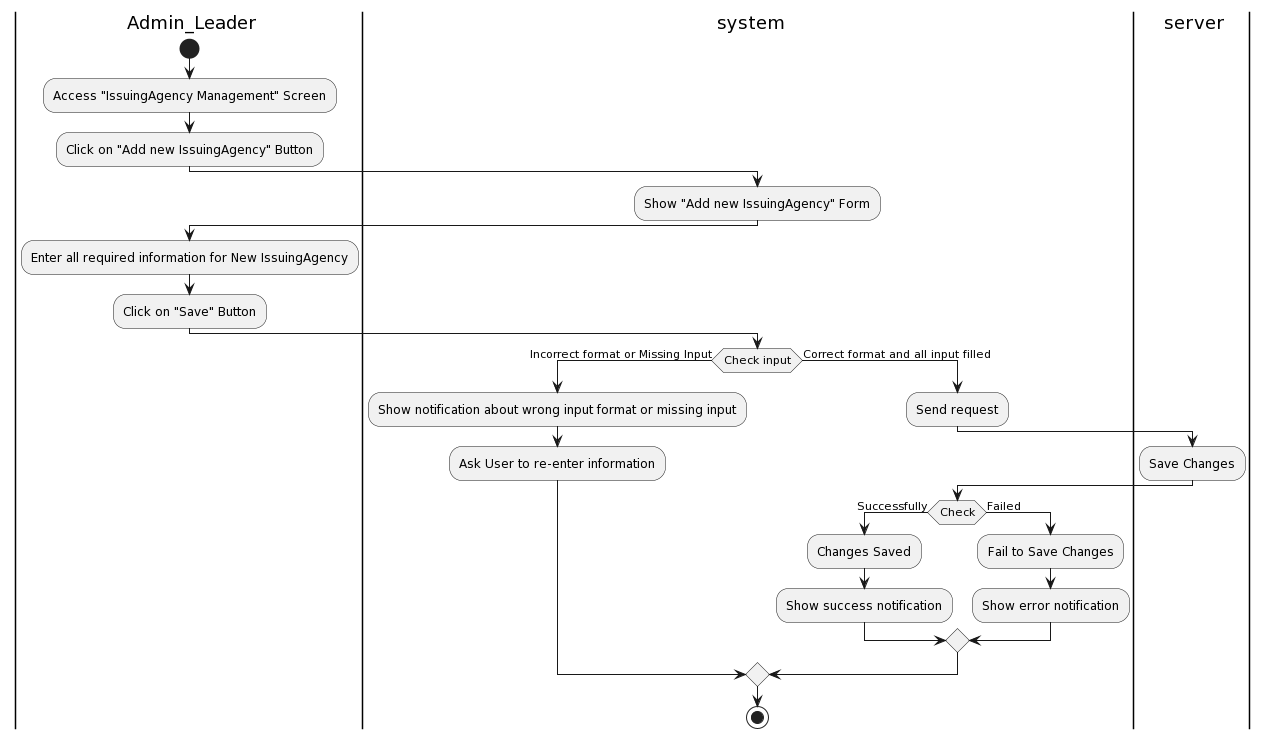
Above: Lab1/Lab1.2/Activity Diagram/SystemManagement/IssuingAgencyManagement/AddnewIssuingAgency/AddnewIssuingAgency.png in khoapham1003/SE357-Pratice-class (PlantUML), before the change. The source it was exported from:
```plantuml
@startuml
|a| Admin_Leader
|sys| system
|ser| server
|a|
start
:Access "IssuingAgency Management" Screen;

:Click on "Add new IssuingAgency" Button;
|sys|
:Show "Add new IssuingAgency" Form;
|a|
:Enter all required information for New IssuingAgency;
:Click on "Save" Button;
|sys|
if (Check input) then (Incorrect format or Missing Input)
:Show notification about wrong input format or missing input;
:Ask User to re-enter information;
else (Correct format and all input filled)
|sys|
:Send request;
|ser|
:Save Changes;
|sys|
if(Check) then (Successfully)
:Changes Saved;
:Show success notification;
else (Failed)
:Fail to Save Changes;
:Show error notification;
endif
endif
stop
@enduml
```
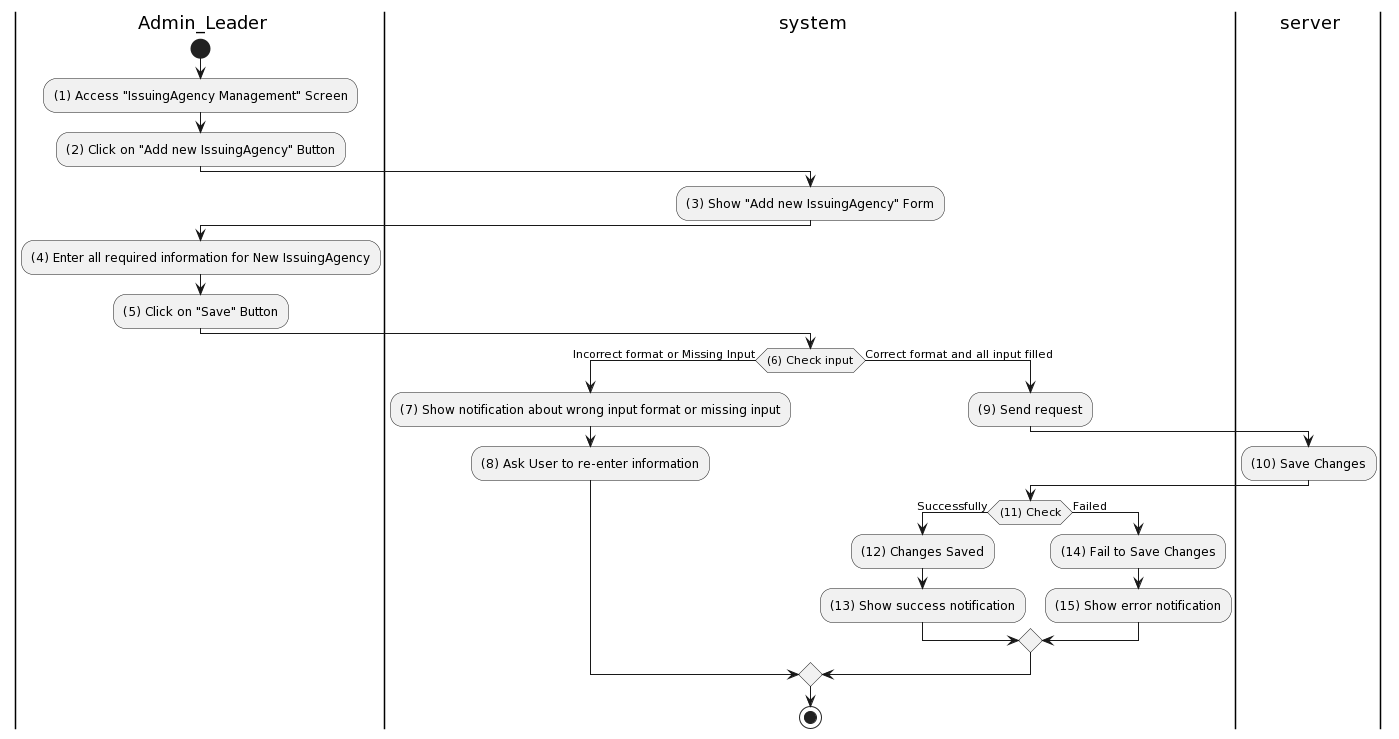
Later version of the same file.

Diff of the diagram source:
```diff
@@ -4,30 +4,29 @@
 |ser| server
 |a|
 start
-:Access "IssuingAgency Management" Screen;
-
-:Click on "Add new IssuingAgency" Button;
+:(1) Access "IssuingAgency Management" Screen;
+:(2) Click on "Add new IssuingAgency" Button;
 |sys|
-:Show "Add new IssuingAgency" Form;
+:(3) Show "Add new IssuingAgency" Form;
 |a|
-:Enter all required information for New IssuingAgency;
-:Click on "Save" Button;
+:(4) Enter all required information for New IssuingAgency;
+:(5) Click on "Save" Button;
 |sys|
-if (Check input) then (Incorrect format or Missing Input)
-:Show notification about wrong input format or missing input;
-:Ask User to re-enter information;
+if ((6) Check input) then (Incorrect format or Missing Input)
+:(7) Show notification about wrong input format or missing input;
+:(8) Ask User to re-enter information;
 else (Correct format and all input filled)
 |sys|
-:Send request;
+:(9) Send request;
 |ser|
-:Save Changes;
+:(10) Save Changes;
 |sys|
-if(Check) then (Successfully)
-:Changes Saved;
-:Show success notification;
+if((11) Check) then (Successfully)
+:(12) Changes Saved;
+:(13) Show success notification;
 else (Failed)
-:Fail to Save Changes;
-:Show error notification;
+:(14) Fail to Save Changes;
+:(15) Show error notification;
 endif
 endif
 stop
```
